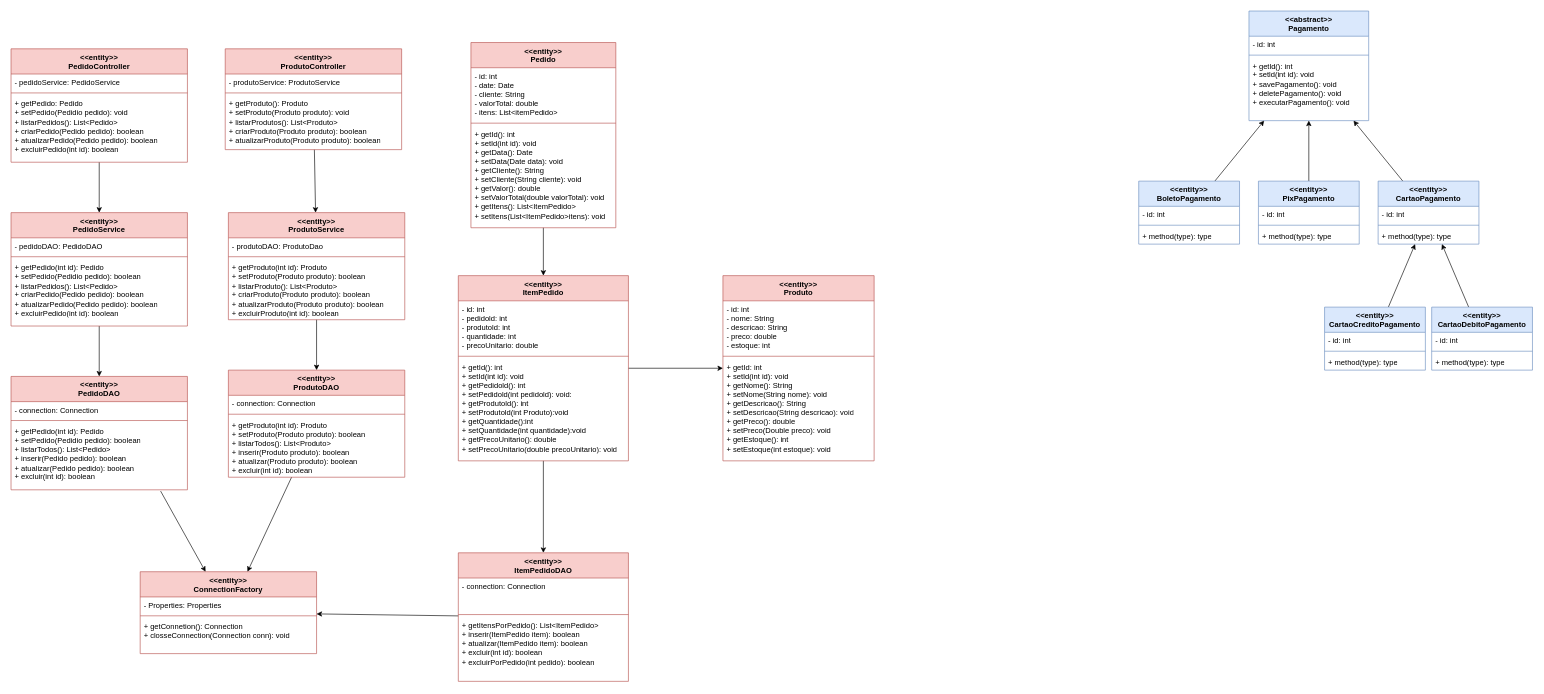
This is src/main/java/com/tecdes/gerenciador/Gerenciador.dio from caiqueoliveira-ds/gerenciador-de-pedidos, a draw.io file, before an edit. Source tidied: cells renumbered, new cells numbered last; positions are measured from the earlier drawing's top-left corner, leaving out a move shared by most shapes. Both pictures are drawn from the tidied source at 63%, with x=0, y=0 at pixel (11, 11).
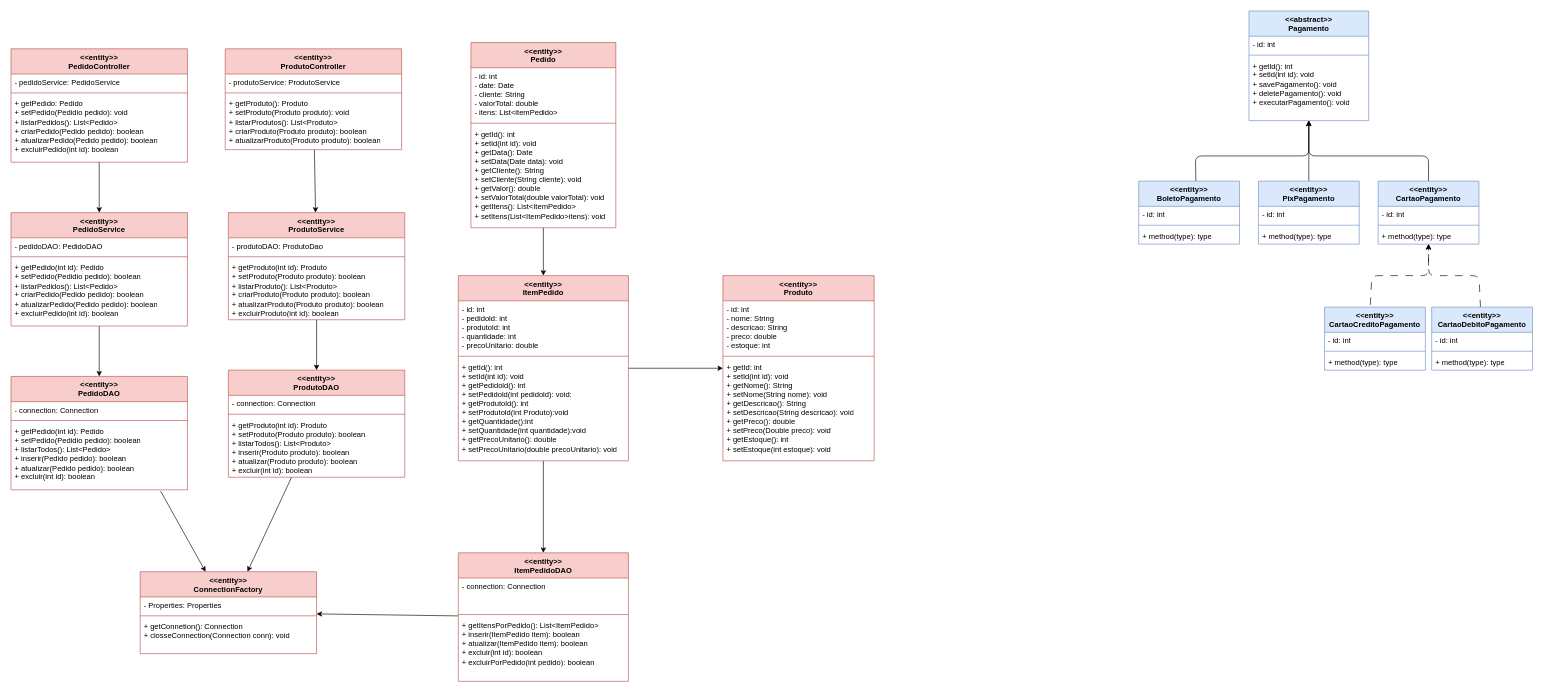
The same page after the edit.

The change refers to these unchanged cells:
```xml
<mxCell id="3" value="&lt;div&gt;&amp;lt;&amp;lt;entity&amp;gt;&amp;gt;&lt;/div&gt;PedidoController&lt;div&gt;&lt;/div&gt;" style="swimlane;fontStyle=1;align=center;verticalAlign=top;horizontal=1;startSize=40;whiteSpace=wrap;html=1;fillColor=#f8cecc;strokeColor=#b85450;" parent="1" vertex="1">
  <mxGeometry y="60" width="280" height="180" as="geometry" />
</mxCell>
<mxCell id="8" value="&lt;div&gt;&amp;lt;&amp;lt;entity&amp;gt;&amp;gt;&lt;/div&gt;PedidoService&lt;div&gt;&lt;/div&gt;" style="swimlane;fontStyle=1;align=center;verticalAlign=top;horizontal=1;startSize=40;whiteSpace=wrap;html=1;fillColor=#f8cecc;strokeColor=#b85450;" parent="1" vertex="1">
  <mxGeometry y="320" width="280" height="180" as="geometry" />
</mxCell>
<mxCell id="45" value="&lt;div&gt;&amp;lt;&amp;lt;abstract&amp;gt;&amp;gt;&lt;/div&gt;Pagamento" style="swimlane;fontStyle=1;align=center;verticalAlign=top;horizontal=1;startSize=40;whiteSpace=wrap;html=1;fillColor=#dae8fc;strokeColor=#6c8ebf;" parent="1" vertex="1">
  <mxGeometry x="1965" width="190" height="174" as="geometry" />
</mxCell>
<mxCell id="50" value="&lt;div&gt;&amp;lt;&amp;lt;entity&amp;gt;&amp;gt;&lt;/div&gt;BoletoPagamento" style="swimlane;fontStyle=1;align=center;verticalAlign=top;horizontal=1;startSize=40;whiteSpace=wrap;html=1;fillColor=#dae8fc;strokeColor=#6c8ebf;" parent="1" vertex="1">
  <mxGeometry x="1790" y="270" width="160" height="100" as="geometry" />
</mxCell>
<mxCell id="60" value="&lt;div&gt;&amp;lt;&amp;lt;entity&amp;gt;&amp;gt;&lt;/div&gt;CartaoPagamento" style="swimlane;fontStyle=1;align=center;verticalAlign=top;horizontal=1;startSize=40;whiteSpace=wrap;html=1;fillColor=#dae8fc;strokeColor=#6c8ebf;" parent="1" vertex="1">
  <mxGeometry x="2170" y="270" width="160" height="100" as="geometry" />
</mxCell>
<mxCell id="65" value="&lt;div&gt;&amp;lt;&amp;lt;entity&amp;gt;&amp;gt;&lt;/div&gt;CartaoCreditoPagamento" style="swimlane;fontStyle=1;align=center;verticalAlign=top;horizontal=1;startSize=40;whiteSpace=wrap;html=1;fillColor=#dae8fc;strokeColor=#6c8ebf;" parent="1" vertex="1">
  <mxGeometry x="2085" y="470" width="160" height="100" as="geometry" />
</mxCell>
<mxCell id="70" value="&lt;div&gt;&amp;lt;&amp;lt;entity&amp;gt;&amp;gt;&lt;/div&gt;CartaoDebitoPagamento" style="swimlane;fontStyle=1;align=center;verticalAlign=top;horizontal=1;startSize=40;whiteSpace=wrap;html=1;fillColor=#dae8fc;strokeColor=#6c8ebf;" parent="1" vertex="1">
  <mxGeometry x="2255" y="470" width="160" height="100" as="geometry" />
</mxCell>
```

What changed in the source:
```diff
@@
-    <mxCell id="2" style="edgeStyle=none;html=1;" parent="1" edge="1" source="3" target="8">
+    <mxCell id="2" style="edgeStyle=none;html=1;fontStyle=0;labelBackgroundColor=#FFFFFF;" parent="1" edge="1" source="3" target="8">
       <mxGeometry relative="1" as="geometry" />
     </mxCell>
@@
-    <mxCell id="49" style="edgeStyle=none;html=1;" parent="1" edge="1" source="50" target="45">
-      <mxGeometry relative="1" as="geometry" />
+    <mxCell id="49" style="edgeStyle=none;html=1;exitX=0.567;exitY=0.001;exitDx=0;exitDy=0;exitPerimeter=0;" parent="1" edge="1" source="50" target="45">
+      <mxGeometry relative="1" as="geometry">
+        <Array as="points">
+          <mxPoint x="1880" y="230" />
+          <mxPoint x="2060" y="230" />
+        </Array>
+      </mxGeometry>
     </mxCell>
@@
     <mxCell id="59" style="edgeStyle=none;html=1;" parent="1" edge="1" source="60" target="45">
-      <mxGeometry relative="1" as="geometry" />
+      <mxGeometry relative="1" as="geometry">
+        <Array as="points">
+          <mxPoint x="2250" y="230" />
+          <mxPoint x="2060" y="230" />
+        </Array>
+      </mxGeometry>
     </mxCell>
@@
-    <mxCell id="64" style="edgeStyle=none;html=1;" parent="1" edge="1" source="65" target="60">
-      <mxGeometry relative="1" as="geometry" />
+    <mxCell id="64" style="edgeStyle=none;html=1;exitX=0.454;exitY=-0.036;exitDx=0;exitDy=0;exitPerimeter=0;dashed=1;dashPattern=12 12;" parent="1" edge="1" source="65" target="60">
+      <mxGeometry relative="1" as="geometry">
+        <Array as="points">
+          <mxPoint x="2160" y="420" />
+          <mxPoint x="2250" y="420" />
+        </Array>
+      </mxGeometry>
     </mxCell>
@@
-    <mxCell id="69" style="edgeStyle=none;html=1;" parent="1" edge="1" source="70" target="60">
-      <mxGeometry relative="1" as="geometry" />
+    <mxCell id="69" style="edgeStyle=none;html=1;dashed=1;dashPattern=12 12;" parent="1" edge="1" source="70" target="60">
+      <mxGeometry relative="1" as="geometry">
+        <Array as="points">
+          <mxPoint x="2330" y="420" />
+          <mxPoint x="2250" y="420" />
+        </Array>
+      </mxGeometry>
     </mxCell>
```
